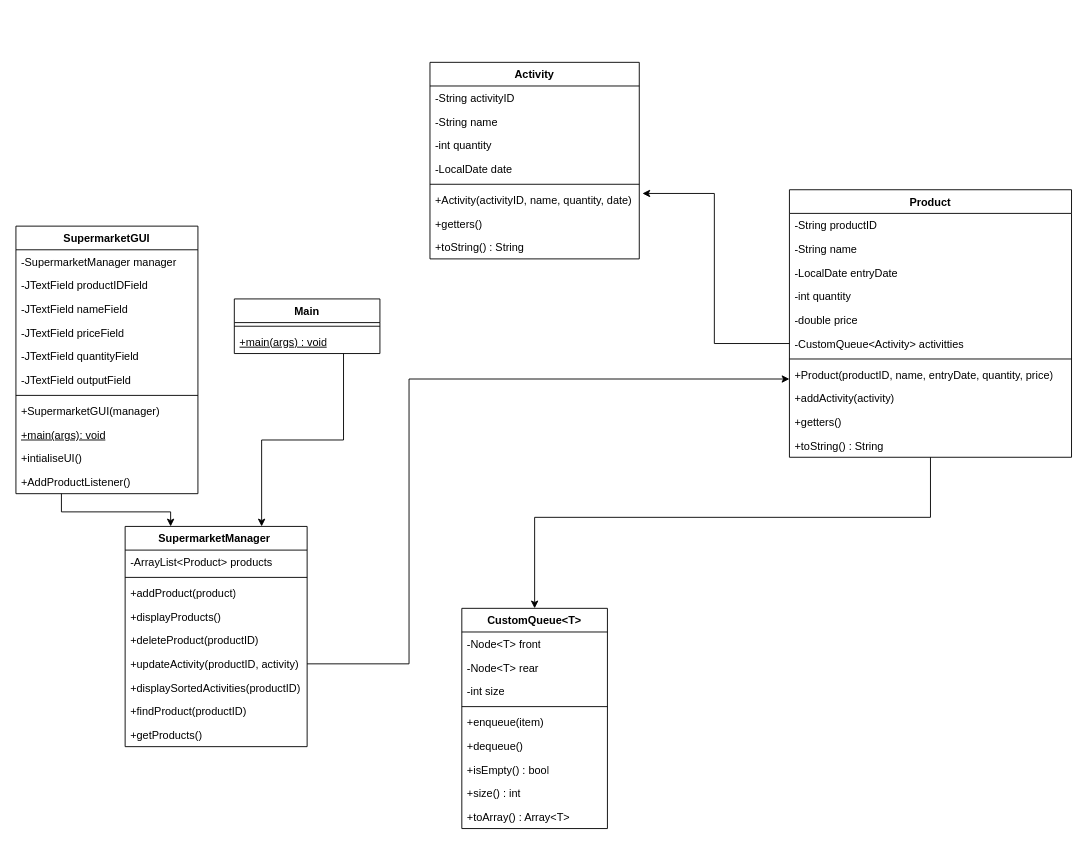
Before: Supermarket.drawio in Veer-Rishabh/Group-5-Coursework-1, a draw.io diagram. Source tidied: cells renumbered, new cells numbered last; positions are measured from the earlier drawing's top-left corner, leaving out a move shared by most shapes. Both pictures are drawn from the tidied source at 91%, with x=0, y=0 at pixel (15, 62).
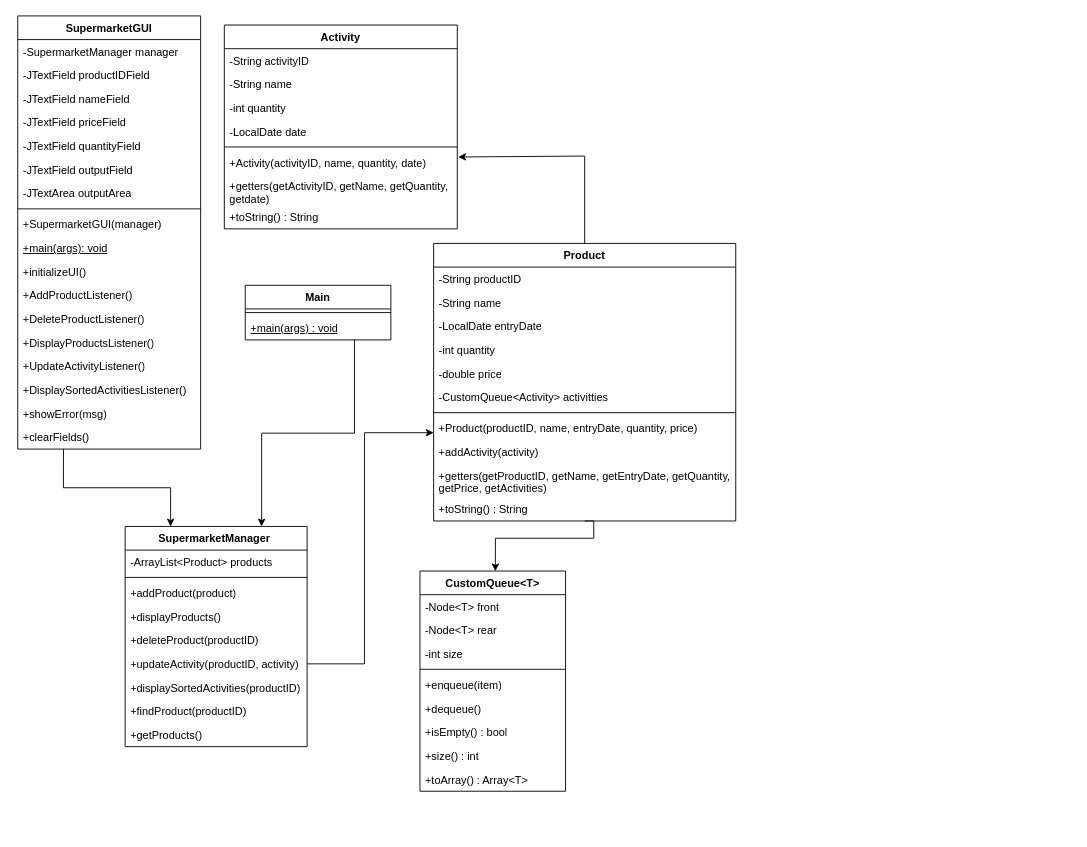
The same diagram, later.

The change refers to these unchanged cells:
```xml
<mxCell id="25" value="+updateActivity(productID, activity)" style="text;strokeColor=none;fillColor=none;align=left;verticalAlign=top;spacingLeft=4;spacingRight=4;overflow=hidden;points=[[0,0.5],[1,0.5]];portConstraint=eastwest;whiteSpace=wrap;html=1;" parent="19" vertex="1">
  <mxGeometry y="138" width="200" height="26" as="geometry" />
</mxCell>
```

Change to the diagram source:
```diff
@@
     <mxCell id="3" value="SupermarketGUI" style="swimlane;fontStyle=1;align=center;verticalAlign=top;horizontal=1;startSize=26;whiteSpace=wrap;html=1;" parent="1" vertex="1">
-      <mxGeometry y="180" width="200" height="294" as="geometry" />
+      <mxGeometry x="2" y="-51" width="201" height="476" as="geometry" />
     </mxCell>
     <mxCell id="4" value="-SupermarketManager manager" style="text;strokeColor=none;fillColor=none;align=left;verticalAlign=top;spacingLeft=4;spacingRight=4;overflow=hidden;whiteSpace=wrap;html=1;" parent="3" vertex="1">
-      <mxGeometry y="26" width="200" height="26" as="geometry" />
+      <mxGeometry y="26" width="201" height="26" as="geometry" />
     </mxCell>
     <mxCell id="5" value="-JTextField productIDField" style="text;strokeColor=none;fillColor=none;align=left;verticalAlign=top;spacingLeft=4;spacingRight=4;overflow=hidden;whiteSpace=wrap;html=1;" parent="3" vertex="1">
-      <mxGeometry y="52" width="200" height="26" as="geometry" />
+      <mxGeometry y="52" width="201" height="26" as="geometry" />
     </mxCell>
     <mxCell id="6" value="-JTextField nameField" style="text;strokeColor=none;fillColor=none;align=left;verticalAlign=top;spacingLeft=4;spacingRight=4;overflow=hidden;whiteSpace=wrap;html=1;" parent="3" vertex="1">
-      <mxGeometry y="78" width="200" height="26" as="geometry" />
+      <mxGeometry y="78" width="201" height="26" as="geometry" />
     </mxCell>
     <mxCell id="7" value="-JTextField priceField" style="text;strokeColor=none;fillColor=none;align=left;verticalAlign=top;spacingLeft=4;spacingRight=4;overflow=hidden;whiteSpace=wrap;html=1;" parent="3" vertex="1">
-      <mxGeometry y="104" width="200" height="26" as="geometry" />
+      <mxGeometry y="104" width="201" height="26" as="geometry" />
     </mxCell>
     <mxCell id="8" value="-JTextField quantityField" style="text;strokeColor=none;fillColor=none;align=left;verticalAlign=top;spacingLeft=4;spacingRight=4;overflow=hidden;whiteSpace=wrap;html=1;" parent="3" vertex="1">
-      <mxGeometry y="130" width="200" height="26" as="geometry" />
+      <mxGeometry y="130" width="201" height="26" as="geometry" />
     </mxCell>
+    <mxCell id="63" value="-JTextField outputField" style="text;strokeColor=none;fillColor=none;align=left;verticalAlign=top;spacingLeft=4;spacingRight=4;overflow=hidden;whiteSpace=wrap;html=1;" parent="3" vertex="1">
+      <mxGeometry y="156" width="201" height="26" as="geometry" />
+    </mxCell>
-    <mxCell id="9" value="-JTextField outputField" style="text;strokeColor=none;fillColor=none;align=left;verticalAlign=top;spacingLeft=4;spacingRight=4;overflow=hidden;whiteSpace=wrap;html=1;" parent="3" vertex="1">
-      <mxGeometry y="156" width="200" height="26" as="geometry" />
+    <mxCell id="9" value="-JTextArea outputArea" style="text;strokeColor=none;fillColor=none;align=left;verticalAlign=top;spacingLeft=4;spacingRight=4;overflow=hidden;whiteSpace=wrap;html=1;" parent="3" vertex="1">
+      <mxGeometry y="182" width="201" height="26" as="geometry" />
     </mxCell>
     <mxCell id="10" style="line;strokeWidth=1;fillColor=none;align=left;verticalAlign=middle;spacingTop=-1;spacingLeft=3;spacingRight=3;labelPosition=right;strokeColor=inherit;" parent="3" vertex="1">
-      <mxGeometry y="182" width="200" height="8" as="geometry" />
+      <mxGeometry y="208" width="201" height="8" as="geometry" />
     </mxCell>
     <mxCell id="11" value="+SupermarketGUI(manager)" style="text;strokeColor=none;fillColor=none;align=left;verticalAlign=top;spacingLeft=4;spacingRight=4;overflow=hidden;whiteSpace=wrap;html=1;" parent="3" vertex="1">
-      <mxGeometry y="190" width="200" height="26" as="geometry" />
+      <mxGeometry y="216" width="201" height="26" as="geometry" />
     </mxCell>
     <mxCell id="12" value="&lt;u&gt;+main(args): void&lt;/u&gt;" style="text;strokeColor=none;fillColor=none;align=left;verticalAlign=top;spacingLeft=4;spacingRight=4;overflow=hidden;whiteSpace=wrap;html=1;" parent="3" vertex="1">
-      <mxGeometry y="216" width="200" height="26" as="geometry" />
+      <mxGeometry y="242" width="201" height="26" as="geometry" />
     </mxCell>
-    <mxCell id="13" value="+intialiseUI()" style="text;strokeColor=none;fillColor=none;align=left;verticalAlign=top;spacingLeft=4;spacingRight=4;overflow=hidden;whiteSpace=wrap;html=1;" parent="3" vertex="1">
-      <mxGeometry y="242" width="200" height="26" as="geometry" />
+    <mxCell id="13" value="+initializeUI()" style="text;strokeColor=none;fillColor=none;align=left;verticalAlign=top;spacingLeft=4;spacingRight=4;overflow=hidden;whiteSpace=wrap;html=1;" parent="3" vertex="1">
+      <mxGeometry y="268" width="201" height="26" as="geometry" />
     </mxCell>
     <mxCell id="14" value="+AddProductListener()" style="text;strokeColor=none;fillColor=none;align=left;verticalAlign=top;spacingLeft=4;spacingRight=4;overflow=hidden;whiteSpace=wrap;html=1;" parent="3" vertex="1">
-      <mxGeometry y="268" width="200" height="26" as="geometry" />
+      <mxGeometry y="294" width="201" height="26" as="geometry" />
     </mxCell>
+    <mxCell id="64" value="+DeleteProductListener()" style="text;strokeColor=none;fillColor=none;align=left;verticalAlign=top;spacingLeft=4;spacingRight=4;overflow=hidden;whiteSpace=wrap;html=1;" parent="3" vertex="1">
+      <mxGeometry y="320" width="201" height="26" as="geometry" />
+    </mxCell>
+    <mxCell id="65" value="+DisplayProductsListener()" style="text;strokeColor=none;fillColor=none;align=left;verticalAlign=top;spacingLeft=4;spacingRight=4;overflow=hidden;whiteSpace=wrap;html=1;" parent="3" vertex="1">
+      <mxGeometry y="346" width="201" height="26" as="geometry" />
+    </mxCell>
+    <mxCell id="66" value="+UpdateActivityListener()" style="text;strokeColor=none;fillColor=none;align=left;verticalAlign=top;spacingLeft=4;spacingRight=4;overflow=hidden;whiteSpace=wrap;html=1;" parent="3" vertex="1">
+      <mxGeometry y="372" width="201" height="26" as="geometry" />
+    </mxCell>
+    <mxCell id="67" value="+DisplaySortedActivitiesListener()" style="text;strokeColor=none;fillColor=none;align=left;verticalAlign=top;spacingLeft=4;spacingRight=4;overflow=hidden;whiteSpace=wrap;html=1;" parent="3" vertex="1">
+      <mxGeometry y="398" width="201" height="26" as="geometry" />
+    </mxCell>
+    <mxCell id="68" value="+showError(msg)" style="text;strokeColor=none;fillColor=none;align=left;verticalAlign=top;spacingLeft=4;spacingRight=4;overflow=hidden;whiteSpace=wrap;html=1;" parent="3" vertex="1">
+      <mxGeometry y="424" width="201" height="26" as="geometry" />
+    </mxCell>
+    <mxCell id="69" value="+clearFields()" style="text;strokeColor=none;fillColor=none;align=left;verticalAlign=top;spacingLeft=4;spacingRight=4;overflow=hidden;whiteSpace=wrap;html=1;" parent="3" vertex="1">
+      <mxGeometry y="450" width="201" height="26" as="geometry" />
+    </mxCell>
@@
     <mxCell id="16" value="Main" style="swimlane;fontStyle=1;align=center;verticalAlign=top;horizontal=1;startSize=26;whiteSpace=wrap;html=1;" parent="1" vertex="1">
-      <mxGeometry x="240" y="260" width="160" height="60" as="geometry" />
+      <mxGeometry x="252" y="245" width="160" height="60" as="geometry" />
     </mxCell>
@@
     <mxCell id="29" value="Activity" style="swimlane;fontStyle=1;align=center;verticalAlign=top;horizontal=1;startSize=26;whiteSpace=wrap;html=1;" parent="1" vertex="1">
-      <mxGeometry x="455" width="230" height="216" as="geometry" />
+      <mxGeometry x="229" y="-41" width="256" height="224" as="geometry" />
     </mxCell>
     <mxCell id="30" value="-String activityID" style="text;strokeColor=none;fillColor=none;align=left;verticalAlign=top;spacingLeft=4;spacingRight=4;overflow=hidden;whiteSpace=wrap;html=1;" parent="29" vertex="1">
-      <mxGeometry y="26" width="230" height="26" as="geometry" />
+      <mxGeometry y="26" width="256" height="26" as="geometry" />
     </mxCell>
     <mxCell id="31" value="-String name" style="text;strokeColor=none;fillColor=none;align=left;verticalAlign=top;spacingLeft=4;spacingRight=4;overflow=hidden;whiteSpace=wrap;html=1;" parent="29" vertex="1">
-      <mxGeometry y="52" width="230" height="26" as="geometry" />
+      <mxGeometry y="52" width="256" height="26" as="geometry" />
     </mxCell>
     <mxCell id="32" value="-int quantity&amp;nbsp;" style="text;strokeColor=none;fillColor=none;align=left;verticalAlign=top;spacingLeft=4;spacingRight=4;overflow=hidden;whiteSpace=wrap;html=1;" parent="29" vertex="1">
-      <mxGeometry y="78" width="230" height="26" as="geometry" />
+      <mxGeometry y="78" width="256" height="26" as="geometry" />
     </mxCell>
     <mxCell id="33" value="-LocalDate date" style="text;strokeColor=none;fillColor=none;align=left;verticalAlign=top;spacingLeft=4;spacingRight=4;overflow=hidden;whiteSpace=wrap;html=1;" parent="29" vertex="1">
-      <mxGeometry y="104" width="230" height="26" as="geometry" />
+      <mxGeometry y="104" width="256" height="26" as="geometry" />
     </mxCell>
     <mxCell id="34" style="line;strokeWidth=1;fillColor=none;align=left;verticalAlign=middle;spacingTop=-1;spacingLeft=3;spacingRight=3;labelPosition=right;strokeColor=inherit;" parent="29" vertex="1">
-      <mxGeometry y="130" width="230" height="8" as="geometry" />
+      <mxGeometry y="130" width="256" height="8" as="geometry" />
     </mxCell>
     <mxCell id="35" value="+Activity(activityID, name, quantity, date)" style="text;strokeColor=none;fillColor=none;align=left;verticalAlign=top;spacingLeft=4;spacingRight=4;overflow=hidden;points=[[0,0.5],[1,0.5]];portConstraint=eastwest;whiteSpace=wrap;html=1;" parent="29" vertex="1">
-      <mxGeometry y="138" width="230" height="26" as="geometry" />
+      <mxGeometry y="138" width="256" height="26" as="geometry" />
     </mxCell>
-    <mxCell id="36" value="+getters()" style="text;strokeColor=none;fillColor=none;align=left;verticalAlign=top;spacingLeft=4;spacingRight=4;overflow=hidden;whiteSpace=wrap;html=1;" parent="29" vertex="1">
-      <mxGeometry y="164" width="230" height="26" as="geometry" />
+    <mxCell id="36" value="+getters(getActivityID, getName, getQuantity, getdate)" style="text;strokeColor=none;fillColor=none;align=left;verticalAlign=top;spacingLeft=4;spacingRight=4;overflow=hidden;whiteSpace=wrap;html=1;" parent="29" vertex="1">
+      <mxGeometry y="164" width="256" height="34" as="geometry" />
     </mxCell>
     <mxCell id="37" value="+toString() : String" style="text;strokeColor=none;fillColor=none;align=left;verticalAlign=top;spacingLeft=4;spacingRight=4;overflow=hidden;whiteSpace=wrap;html=1;" parent="29" vertex="1">
-      <mxGeometry y="190" width="230" height="26" as="geometry" />
+      <mxGeometry y="198" width="256" height="26" as="geometry" />
     </mxCell>
     <mxCell id="38" value="Product" style="swimlane;fontStyle=1;align=center;verticalAlign=top;horizontal=1;startSize=26;whiteSpace=wrap;html=1;" parent="1" vertex="1">
-      <mxGeometry x="850" y="140" width="310" height="294" as="geometry" />
+      <mxGeometry x="459" y="199" width="332" height="305" as="geometry" />
     </mxCell>
     <mxCell id="39" value="-String productID" style="text;strokeColor=none;fillColor=none;align=left;verticalAlign=top;spacingLeft=4;spacingRight=4;overflow=hidden;whiteSpace=wrap;html=1;" parent="38" vertex="1">
-      <mxGeometry y="26" width="310" height="26" as="geometry" />
+      <mxGeometry y="26" width="332" height="26" as="geometry" />
     </mxCell>
     <mxCell id="40" value="-String name" style="text;strokeColor=none;fillColor=none;align=left;verticalAlign=top;spacingLeft=4;spacingRight=4;overflow=hidden;whiteSpace=wrap;html=1;" parent="38" vertex="1">
-      <mxGeometry y="52" width="310" height="26" as="geometry" />
+      <mxGeometry y="52" width="332" height="26" as="geometry" />
     </mxCell>
     <mxCell id="41" value="-LocalDate entryDate" style="text;strokeColor=none;fillColor=none;align=left;verticalAlign=top;spacingLeft=4;spacingRight=4;overflow=hidden;whiteSpace=wrap;html=1;" parent="38" vertex="1">
-      <mxGeometry y="78" width="310" height="26" as="geometry" />
+      <mxGeometry y="78" width="332" height="26" as="geometry" />
     </mxCell>
     <mxCell id="42" value="-int quantity" style="text;strokeColor=none;fillColor=none;align=left;verticalAlign=top;spacingLeft=4;spacingRight=4;overflow=hidden;whiteSpace=wrap;html=1;" parent="38" vertex="1">
-      <mxGeometry y="104" width="310" height="26" as="geometry" />
+      <mxGeometry y="104" width="332" height="26" as="geometry" />
     </mxCell>
     <mxCell id="43" value="-double price" style="text;strokeColor=none;fillColor=none;align=left;verticalAlign=top;spacingLeft=4;spacingRight=4;overflow=hidden;whiteSpace=wrap;html=1;" parent="38" vertex="1">
-      <mxGeometry y="130" width="310" height="26" as="geometry" />
+      <mxGeometry y="130" width="332" height="26" as="geometry" />
     </mxCell>
     <mxCell id="44" value="-CustomQueue&amp;lt;Activity&amp;gt; activitties" style="text;strokeColor=none;fillColor=none;align=left;verticalAlign=top;spacingLeft=4;spacingRight=4;overflow=hidden;points=[[0,0.5],[1,0.5]];portConstraint=eastwest;whiteSpace=wrap;html=1;" parent="38" vertex="1">
-      <mxGeometry y="156" width="310" height="26" as="geometry" />
+      <mxGeometry y="156" width="332" height="26" as="geometry" />
     </mxCell>
     <mxCell id="45" style="line;strokeWidth=1;fillColor=none;align=left;verticalAlign=middle;spacingTop=-1;spacingLeft=3;spacingRight=3;labelPosition=right;strokeColor=inherit;" parent="38" vertex="1">
-      <mxGeometry y="182" width="310" height="8" as="geometry" />
+      <mxGeometry y="182" width="332" height="8" as="geometry" />
     </mxCell>
     <mxCell id="46" value="+Product(productID, name, entryDate, quantity, price)" style="text;strokeColor=none;fillColor=none;align=left;verticalAlign=top;spacingLeft=4;spacingRight=4;overflow=hidden;points=[[0,0.5],[1,0.5]];portConstraint=eastwest;whiteSpace=wrap;html=1;" parent="38" vertex="1">
-      <mxGeometry y="190" width="310" height="26" as="geometry" />
+      <mxGeometry y="190" width="332" height="26" as="geometry" />
     </mxCell>
     <mxCell id="47" value="+addActivity(activity)" style="text;strokeColor=none;fillColor=none;align=left;verticalAlign=top;spacingLeft=4;spacingRight=4;overflow=hidden;whiteSpace=wrap;html=1;" parent="38" vertex="1">
-      <mxGeometry y="216" width="310" height="26" as="geometry" />
+      <mxGeometry y="216" width="332" height="26" as="geometry" />
     </mxCell>
-    <mxCell id="48" value="+getters()" style="text;strokeColor=none;fillColor=none;align=left;verticalAlign=top;spacingLeft=4;spacingRight=4;overflow=hidden;whiteSpace=wrap;html=1;" parent="38" vertex="1">
-      <mxGeometry y="242" width="310" height="26" as="geometry" />
+    <mxCell id="48" value="+getters(getProductID, getName, getEntryDate, getQuantity, getPrice, getActivities)" style="text;strokeColor=none;fillColor=none;align=left;verticalAlign=top;spacingLeft=4;spacingRight=4;overflow=hidden;whiteSpace=wrap;html=1;" parent="38" vertex="1">
+      <mxGeometry y="242" width="332" height="37" as="geometry" />
     </mxCell>
     <mxCell id="49" value="+toString() : String" style="text;strokeColor=none;fillColor=none;align=left;verticalAlign=top;spacingLeft=4;spacingRight=4;overflow=hidden;whiteSpace=wrap;html=1;" parent="38" vertex="1">
-      <mxGeometry y="268" width="310" height="26" as="geometry" />
+      <mxGeometry y="279" width="332" height="26" as="geometry" />
     </mxCell>
     <mxCell id="50" value="CustomQueue&amp;lt;T&amp;gt;" style="swimlane;fontStyle=1;align=center;verticalAlign=top;horizontal=1;startSize=26;whiteSpace=wrap;html=1;" parent="1" vertex="1">
-      <mxGeometry x="490" y="600" width="160" height="242" as="geometry" />
+      <mxGeometry x="444" y="559" width="160" height="242" as="geometry" />
     </mxCell>
@@
-    <mxCell id="60" style="edgeStyle=orthogonalEdgeStyle;rounded=0;jettySize=auto;html=1;exitX=0.5;exitY=1;exitDx=0;exitDy=0;entryX=0.5;entryY=0;entryDx=0;entryDy=0;" parent="1" edge="1" source="38" target="50">
+    <mxCell id="60" style="edgeStyle=orthogonalEdgeStyle;rounded=0;jettySize=auto;html=1;exitX=0.5;exitY=1;exitDx=0;exitDy=0;entryX=0.518;entryY=0.001;entryDx=0;entryDy=0;entryPerimeter=0;" parent="1" edge="1" source="38" target="50">
       <mxGeometry relative="1" as="geometry">
         <Array as="points">
-          <mxPoint x="1005" y="500" />
-          <mxPoint x="570" y="500" />
+          <mxPoint x="635" y="504" />
+          <mxPoint x="635" y="523" />
+          <mxPoint x="527" y="523" />
         </Array>
       </mxGeometry>
     </mxCell>
-    <mxCell id="61" style="edgeStyle=orthogonalEdgeStyle;rounded=0;jettySize=auto;html=1;entryX=1.015;entryY=0.234;entryDx=0;entryDy=0;entryPerimeter=0;" parent="1" edge="1" source="44" target="35">
-      <mxGeometry relative="1" as="geometry" />
+    <mxCell id="61" style="edgeStyle=orthogonalEdgeStyle;rounded=0;jettySize=auto;html=1;entryX=1.004;entryY=0.269;entryDx=0;entryDy=0;entryPerimeter=0;exitX=0.5;exitY=0;exitDx=0;exitDy=0;exitPerimeter=0;" parent="1" edge="1" source="38" target="35">
+      <mxGeometry relative="1" as="geometry">
+        <Array as="points">
+          <mxPoint x="625" y="103" />
+          <mxPoint x="486" y="103" />
+        </Array>
+      </mxGeometry>
     </mxCell>
-    <mxCell id="62" style="edgeStyle=orthogonalEdgeStyle;rounded=0;jettySize=auto;html=1;" parent="1" edge="1" source="25">
+    <mxCell id="62" style="edgeStyle=orthogonalEdgeStyle;rounded=0;jettySize=auto;html=1;" parent="1" edge="1" source="25" target="46">
       <mxGeometry relative="1" as="geometry">
-        <mxPoint x="850" y="348" as="targetPoint" />
         <Array as="points">
-          <mxPoint x="432" y="661" />
-          <mxPoint x="432" y="348" />
-          <mxPoint x="850" y="348" />
+          <mxPoint x="383" y="661" />
+          <mxPoint x="383" y="407" />
         </Array>
       </mxGeometry>
     </mxCell>
```
